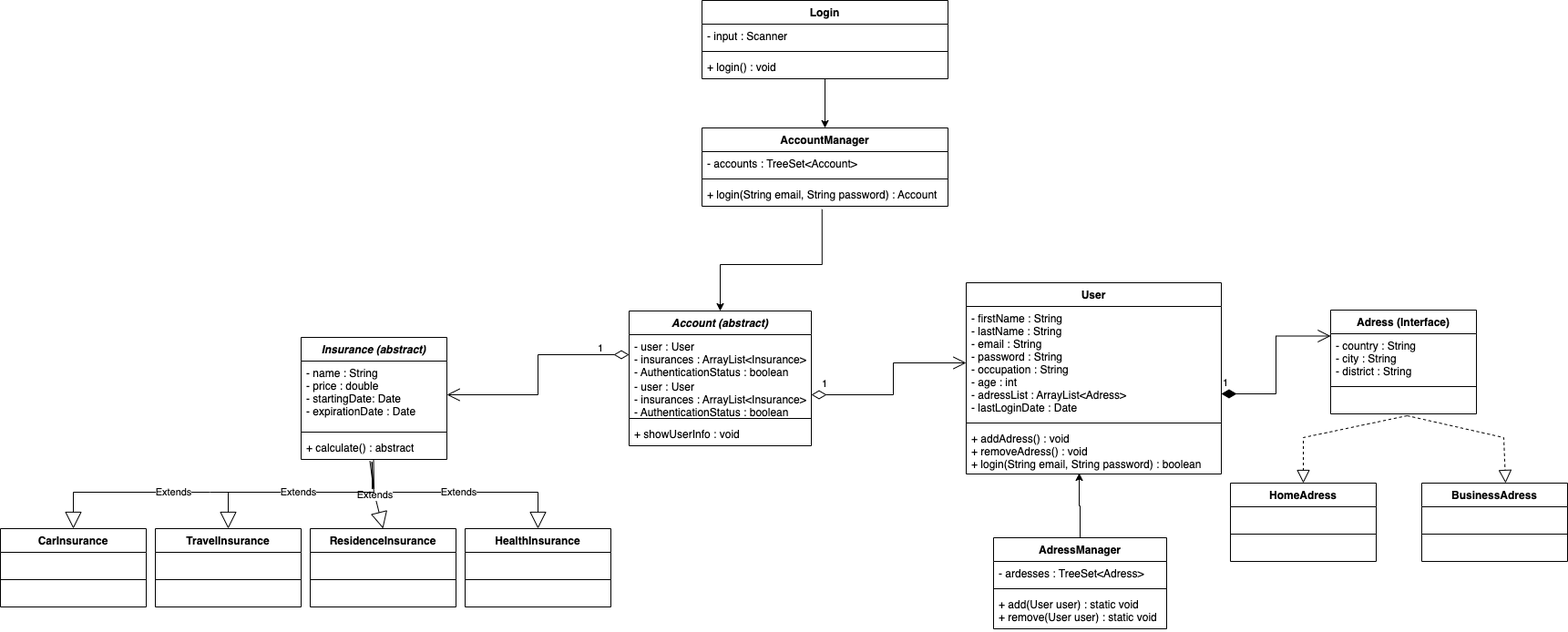
This is uml-class-diagram/PolicyManagement.png from serveta/policy-management, a draw.io export, as it was before one commit. Source tidied: cells renumbered, new cells last; positions are measured from the earlier drawing's top-left corner, leaving out a move shared by most shapes.
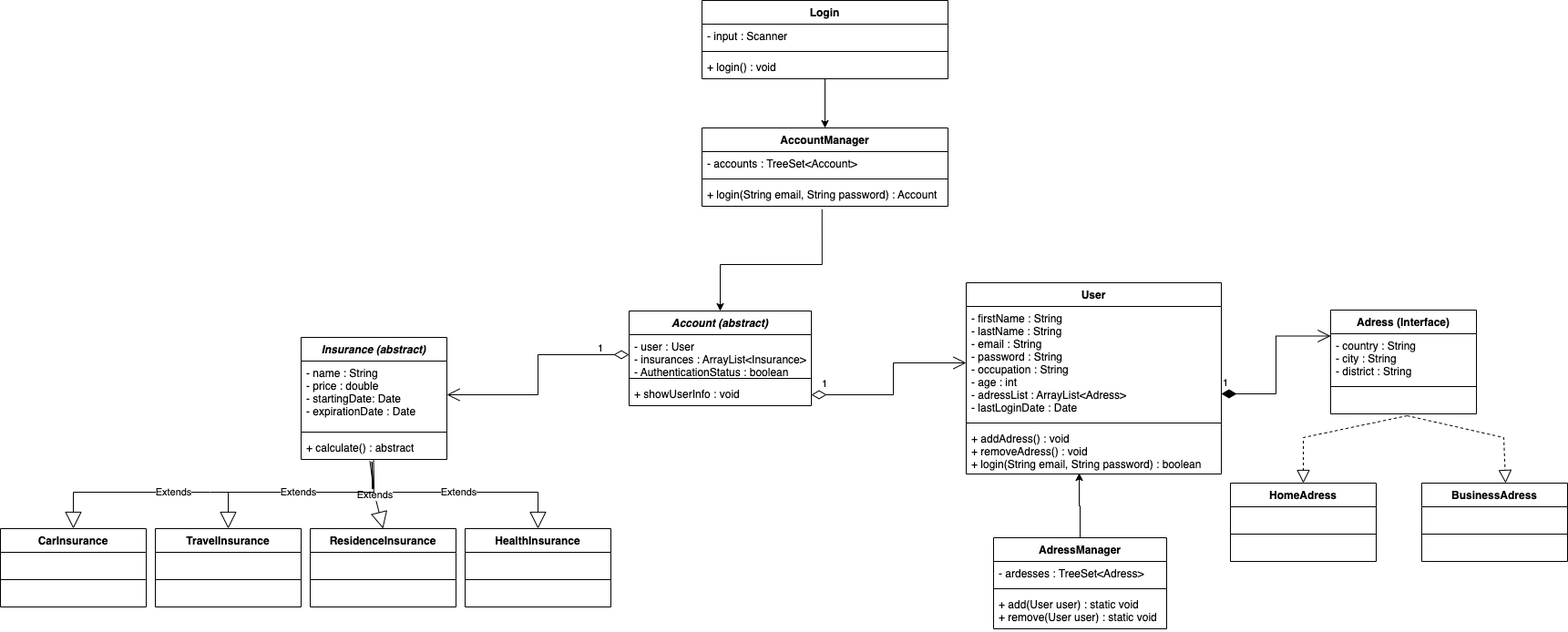
The same diagram one commit later.

What changed in the source:
```diff
@@ -12,19 +12,16 @@
       </mxGeometry>
     </mxCell>
     <mxCell id="3" value="Account (abstract)" style="swimlane;fontStyle=3;align=center;verticalAlign=top;horizontal=1;startSize=26;" parent="1" vertex="1">
-      <mxGeometry x="690" y="341" width="200" height="148" as="geometry" />
+      <mxGeometry x="690" y="341" width="200" height="104" as="geometry" />
     </mxCell>
     <mxCell id="4" value="- user : User&#10;- insurances : ArrayList&lt;Insurance&gt;&#10;- AuthenticationStatus : boolean" style="text;strokeColor=none;fillColor=none;align=left;verticalAlign=top;spacingLeft=4;spacingRight=4;overflow=hidden;points=[[0,0.5],[1,0.5]];portConstraint=eastwest;" parent="3" vertex="1">
       <mxGeometry y="26" width="200" height="44" as="geometry" />
     </mxCell>
-    <mxCell id="5" value="- user : User&#10;- insurances : ArrayList&lt;Insurance&gt;&#10;- AuthenticationStatus : boolean" style="text;strokeColor=none;fillColor=none;align=left;verticalAlign=top;spacingLeft=4;spacingRight=4;overflow=hidden;points=[[0,0.5],[1,0.5]];portConstraint=eastwest;" parent="3" vertex="1">
-      <mxGeometry y="70" width="200" height="44" as="geometry" />
-    </mxCell>
     <mxCell id="6" style="line;strokeWidth=1;fillColor=none;align=left;verticalAlign=middle;spacingTop=-1;spacingLeft=3;spacingRight=3;labelPosition=right;" parent="3" vertex="1">
-      <mxGeometry y="114" width="200" height="8" as="geometry" />
+      <mxGeometry y="70" width="200" height="8" as="geometry" />
     </mxCell>
     <mxCell id="7" value="+ showUserInfo : void" style="text;strokeColor=none;fillColor=none;align=left;verticalAlign=top;spacingLeft=4;spacingRight=4;overflow=hidden;" parent="3" vertex="1">
-      <mxGeometry y="122" width="200" height="26" as="geometry" />
+      <mxGeometry y="78" width="200" height="26" as="geometry" />
     </mxCell>
     <mxCell id="8" value="User" style="swimlane;fontStyle=1;align=center;verticalAlign=top;horizontal=1;startSize=26;" parent="1" vertex="1">
       <mxGeometry x="1060" y="310" width="280" height="210" as="geometry" />
@@ -50,8 +47,9 @@
     <mxCell id="15" value="&#10;&#10;" style="text;strokeColor=none;fillColor=none;align=left;verticalAlign=top;spacingLeft=4;spacingRight=4;overflow=hidden;points=[[0,0.5],[1,0.5]];portConstraint=eastwest;" parent="12" vertex="1">
       <mxGeometry y="88" width="160" height="26" as="geometry" />
     </mxCell>
-    <mxCell id="16" value="1" style="endArrow=open;html=1;endSize=12;startArrow=diamondThin;startSize=14;startFill=0;edgeStyle=orthogonalEdgeStyle;align=left;verticalAlign=bottom;rounded=0;entryX=0;entryY=0.5;entryDx=0;entryDy=0;exitX=1;exitY=0.5;exitDx=0;exitDy=0;" parent="1" edge="1" source="5" target="9">
+    <mxCell id="16" value="1" style="endArrow=open;html=1;endSize=12;startArrow=diamondThin;startSize=14;startFill=0;edgeStyle=orthogonalEdgeStyle;align=left;verticalAlign=bottom;rounded=0;entryX=0;entryY=0.5;entryDx=0;entryDy=0;exitX=1;exitY=0.5;exitDx=0;exitDy=0;" parent="1" edge="1" target="9">
       <mxGeometry x="-0.9" y="3" relative="1" as="geometry">
+        <mxPoint x="890" y="433" as="sourcePoint" />
         <Array as="points">
           <mxPoint x="980" y="433" />
           <mxPoint x="980" y="398" />
```
